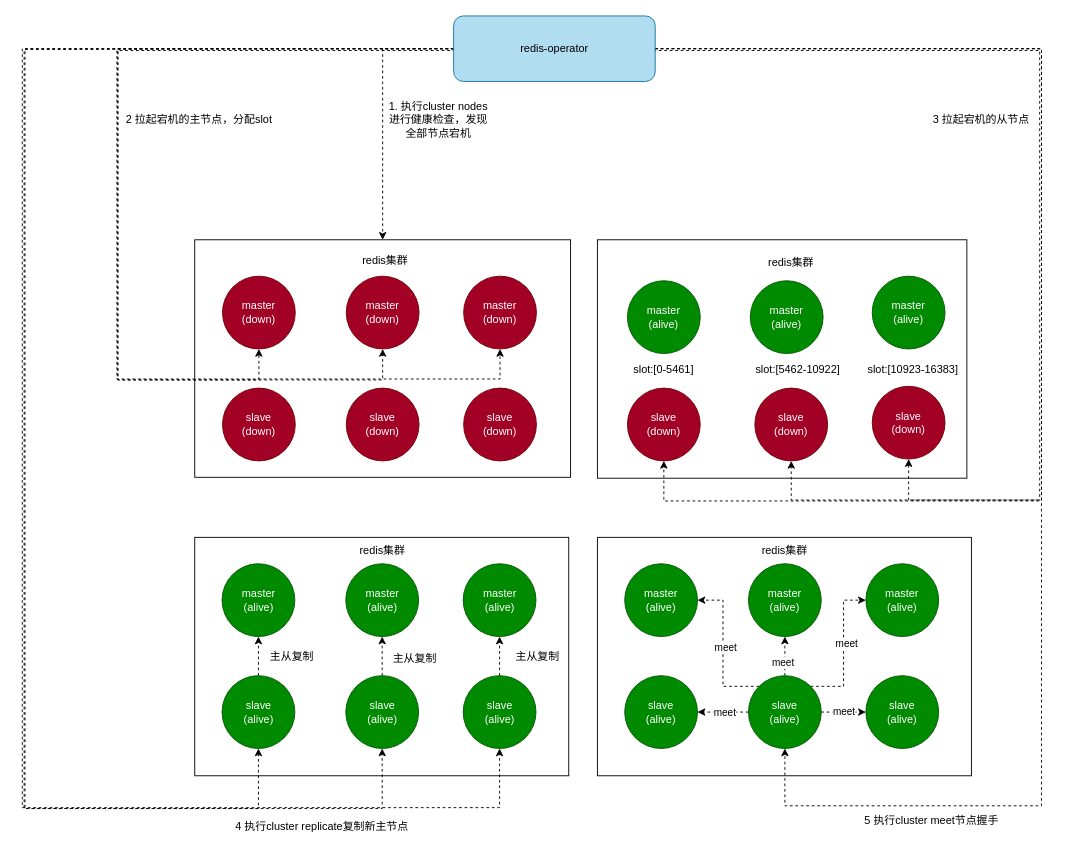
fengyinqiao/cloudimg keeps this draw.io diagram as diagrams/redis集群全部节点宕机.drawio. Above is the earlier version. Source tidied: cells renumbered, new cells numbered last; positions are measured from the earlier drawing's top-left corner, leaving out a move shared by most shapes. Both pictures are drawn from the tidied source at 91%, with x=0, y=0 at pixel (22, 15).
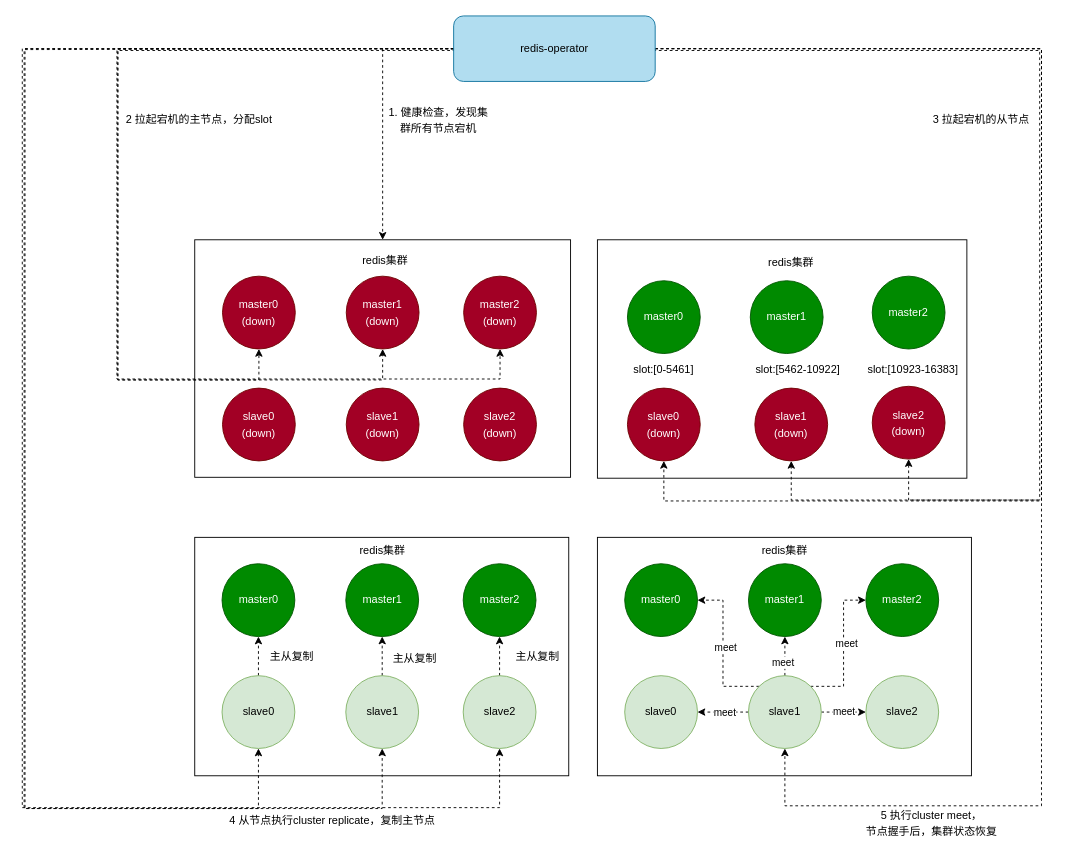
Above is the later version.

Commit message:
更新redis集群全部节点宕机.drawio

Change to the diagram source:
```diff
@@
-    <mxCell id="5" value="master&lt;br&gt;(down)" style="ellipse;whiteSpace=wrap;html=1;fillColor=#a20025;fontColor=#ffffff;strokeColor=#6F0000;" parent="1" vertex="1">
+    <mxCell id="5" value="&lt;p style=&quot;line-height: 150%;&quot;&gt;master0&lt;br&gt;(down)&lt;/p&gt;" style="ellipse;whiteSpace=wrap;html=1;fillColor=#a20025;fontColor=#ffffff;strokeColor=#6F0000;" parent="1" vertex="1">
       <mxGeometry x="220" y="286" width="80" height="80" as="geometry" />
     </mxCell>
-    <mxCell id="6" value="slave&lt;br&gt;(down)" style="ellipse;whiteSpace=wrap;html=1;fillColor=#a20025;fontColor=#ffffff;strokeColor=#6F0000;" parent="1" vertex="1">
+    <mxCell id="6" value="&lt;p style=&quot;line-height: 150%;&quot;&gt;slave0&lt;br&gt;(down)&lt;/p&gt;" style="ellipse;whiteSpace=wrap;html=1;fillColor=#a20025;fontColor=#ffffff;strokeColor=#6F0000;" parent="1" vertex="1">
       <mxGeometry x="220" y="409" width="80" height="80" as="geometry" />
     </mxCell>
-    <mxCell id="7" value="master&lt;br&gt;(down)" style="ellipse;whiteSpace=wrap;html=1;fillColor=#a20025;fontColor=#ffffff;strokeColor=#6F0000;" parent="1" vertex="1">
+    <mxCell id="7" value="&lt;p style=&quot;line-height: 150%;&quot;&gt;master1&lt;br&gt;(down)&lt;/p&gt;" style="ellipse;whiteSpace=wrap;html=1;fillColor=#a20025;fontColor=#ffffff;strokeColor=#6F0000;" parent="1" vertex="1">
       <mxGeometry x="356" y="286" width="80" height="80" as="geometry" />
     </mxCell>
-    <mxCell id="8" value="slave&lt;br&gt;(down)" style="ellipse;whiteSpace=wrap;html=1;fillColor=#a20025;fontColor=#ffffff;strokeColor=#6F0000;" parent="1" vertex="1">
+    <mxCell id="8" value="&lt;p style=&quot;line-height: 150%;&quot;&gt;slave1&lt;br&gt;(down)&lt;/p&gt;" style="ellipse;whiteSpace=wrap;html=1;fillColor=#a20025;fontColor=#ffffff;strokeColor=#6F0000;" parent="1" vertex="1">
       <mxGeometry x="356" y="409" width="80" height="80" as="geometry" />
     </mxCell>
-    <mxCell id="9" value="master&lt;br&gt;(down)" style="ellipse;whiteSpace=wrap;html=1;fillColor=#a20025;fontColor=#ffffff;strokeColor=#6F0000;" parent="1" vertex="1">
+    <mxCell id="9" value="&lt;p style=&quot;line-height: 150%;&quot;&gt;master2&lt;br&gt;(down)&lt;/p&gt;" style="ellipse;whiteSpace=wrap;html=1;fillColor=#a20025;fontColor=#ffffff;strokeColor=#6F0000;" parent="1" vertex="1">
       <mxGeometry x="485" y="286" width="80" height="80" as="geometry" />
     </mxCell>
-    <mxCell id="10" value="slave&lt;br&gt;(down)" style="ellipse;whiteSpace=wrap;html=1;fillColor=#a20025;fontColor=#ffffff;strokeColor=#6F0000;" parent="1" vertex="1">
+    <mxCell id="10" value="&lt;p style=&quot;line-height: 150%;&quot;&gt;slave2&lt;br&gt;(down)&lt;/p&gt;" style="ellipse;whiteSpace=wrap;html=1;fillColor=#a20025;fontColor=#ffffff;strokeColor=#6F0000;" parent="1" vertex="1">
       <mxGeometry x="485" y="409" width="80" height="80" as="geometry" />
     </mxCell>
@@
-    <mxCell id="12" value="1. 执行cluster nodes进行健康检查，发现全部节点宕机" style="text;html=1;strokeColor=none;fillColor=none;align=center;verticalAlign=middle;whiteSpace=wrap;rounded=0;" parent="1" vertex="1">
+    <mxCell id="12" value="&lt;p style=&quot;line-height: 150%;&quot;&gt;1. 健康检查，发现集群所有节点宕机&lt;/p&gt;" style="text;html=1;strokeColor=none;fillColor=none;align=center;verticalAlign=middle;whiteSpace=wrap;rounded=0;" parent="1" vertex="1">
       <mxGeometry x="397" y="99" width="121" height="30" as="geometry" />
     </mxCell>
@@
-    <mxCell id="14" value="master&lt;br&gt;(alive)" style="ellipse;whiteSpace=wrap;html=1;fillColor=#008a00;fontColor=#ffffff;strokeColor=#005700;" parent="1" vertex="1">
+    <mxCell id="14" value="master2" style="ellipse;whiteSpace=wrap;html=1;fillColor=#008a00;fontColor=#ffffff;strokeColor=#005700;" parent="1" vertex="1">
       <mxGeometry x="934" y="286" width="80" height="80" as="geometry" />
     </mxCell>
-    <mxCell id="15" value="master&lt;br&gt;(alive)" style="ellipse;whiteSpace=wrap;html=1;fillColor=#008a00;fontColor=#ffffff;strokeColor=#005700;" parent="1" vertex="1">
+    <mxCell id="15" value="master0" style="ellipse;whiteSpace=wrap;html=1;fillColor=#008a00;fontColor=#ffffff;strokeColor=#005700;" parent="1" vertex="1">
       <mxGeometry x="219.5" y="602" width="80" height="80" as="geometry" />
     </mxCell>
@@
-    <mxCell id="17" value="slave&lt;br&gt;(alive)" style="ellipse;whiteSpace=wrap;html=1;fillColor=#008a00;fontColor=#ffffff;strokeColor=#005700;" parent="1" vertex="1">
+    <mxCell id="17" value="slave0" style="ellipse;whiteSpace=wrap;html=1;fillColor=#d5e8d4;strokeColor=#82b366;" parent="1" vertex="1">
       <mxGeometry x="219.5" y="725" width="80" height="80" as="geometry" />
     </mxCell>
-    <mxCell id="18" value="master&lt;br&gt;(alive)" style="ellipse;whiteSpace=wrap;html=1;fillColor=#008a00;fontColor=#ffffff;strokeColor=#005700;" parent="1" vertex="1">
+    <mxCell id="18" value="master1" style="ellipse;whiteSpace=wrap;html=1;fillColor=#008a00;fontColor=#ffffff;strokeColor=#005700;" parent="1" vertex="1">
       <mxGeometry x="355.5" y="602" width="80" height="80" as="geometry" />
     </mxCell>
@@
-    <mxCell id="20" value="slave&lt;br&gt;(alive)" style="ellipse;whiteSpace=wrap;html=1;fillColor=#008a00;fontColor=#ffffff;strokeColor=#005700;" parent="1" vertex="1">
+    <mxCell id="20" value="slave1" style="ellipse;whiteSpace=wrap;html=1;fillColor=#d5e8d4;strokeColor=#82b366;" parent="1" vertex="1">
       <mxGeometry x="355.5" y="725" width="80" height="80" as="geometry" />
     </mxCell>
-    <mxCell id="21" value="master&lt;br&gt;(alive)" style="ellipse;whiteSpace=wrap;html=1;fillColor=#008a00;fontColor=#ffffff;strokeColor=#005700;" parent="1" vertex="1">
+    <mxCell id="21" value="master2" style="ellipse;whiteSpace=wrap;html=1;fillColor=#008a00;fontColor=#ffffff;strokeColor=#005700;" parent="1" vertex="1">
       <mxGeometry x="484.5" y="602" width="80" height="80" as="geometry" />
     </mxCell>
@@
-    <mxCell id="23" value="slave&lt;br&gt;(alive)" style="ellipse;whiteSpace=wrap;html=1;fillColor=#008a00;fontColor=#ffffff;strokeColor=#005700;" parent="1" vertex="1">
+    <mxCell id="23" value="slave2" style="ellipse;whiteSpace=wrap;html=1;fillColor=#d5e8d4;strokeColor=#82b366;" parent="1" vertex="1">
       <mxGeometry x="484.5" y="725" width="80" height="80" as="geometry" />
     </mxCell>
-    <mxCell id="24" value="4 执行cluster replicate复制新主节点" style="text;html=1;strokeColor=none;fillColor=none;align=center;verticalAlign=middle;whiteSpace=wrap;rounded=0;" parent="1" vertex="1">
-      <mxGeometry x="223" y="876" width="213" height="30" as="geometry" />
+    <mxCell id="24" value="4 从节点执行cluster replicate，复制主节点" style="text;html=1;strokeColor=none;fillColor=none;align=center;verticalAlign=middle;whiteSpace=wrap;rounded=0;" parent="1" vertex="1">
+      <mxGeometry x="223" y="869" width="236" height="30" as="geometry" />
     </mxCell>
@@
-    <mxCell id="27" value="5 执行cluster meet节点握手" style="text;html=1;strokeColor=none;fillColor=none;align=center;verticalAlign=middle;whiteSpace=wrap;rounded=0;" parent="1" vertex="1">
-      <mxGeometry x="893" y="870" width="213" height="30" as="geometry" />
+    <mxCell id="27" value="&lt;p style=&quot;line-height: 150%;&quot;&gt;5 执行cluster meet，&lt;br&gt;节点握手后，集群状态恢复&lt;/p&gt;" style="text;html=1;strokeColor=none;fillColor=none;align=center;verticalAlign=middle;whiteSpace=wrap;rounded=0;" parent="1" vertex="1">
+      <mxGeometry x="893" y="872" width="213" height="30" as="geometry" />
     </mxCell>
@@
-    <mxCell id="43" value="master&lt;br&gt;(alive)" style="ellipse;whiteSpace=wrap;html=1;fillColor=#008a00;fontColor=#ffffff;strokeColor=#005700;" parent="1" vertex="1">
+    <mxCell id="43" value="master1" style="ellipse;whiteSpace=wrap;html=1;fillColor=#008a00;fontColor=#ffffff;strokeColor=#005700;" parent="1" vertex="1">
       <mxGeometry x="800" y="291" width="80" height="80" as="geometry" />
     </mxCell>
-    <mxCell id="44" value="master&lt;br&gt;(alive)" style="ellipse;whiteSpace=wrap;html=1;fillColor=#008a00;fontColor=#ffffff;strokeColor=#005700;" parent="1" vertex="1">
+    <mxCell id="44" value="master0" style="ellipse;whiteSpace=wrap;html=1;fillColor=#008a00;fontColor=#ffffff;strokeColor=#005700;" parent="1" vertex="1">
       <mxGeometry x="665" y="291" width="80" height="80" as="geometry" />
     </mxCell>
@@
-    <mxCell id="48" value="slave&lt;br&gt;(down)" style="ellipse;whiteSpace=wrap;html=1;fillColor=#a20025;fontColor=#ffffff;strokeColor=#6F0000;" parent="1" vertex="1">
+    <mxCell id="48" value="&lt;p style=&quot;line-height: 150%;&quot;&gt;slave0&lt;br&gt;(down)&lt;/p&gt;" style="ellipse;whiteSpace=wrap;html=1;fillColor=#a20025;fontColor=#ffffff;strokeColor=#6F0000;" parent="1" vertex="1">
       <mxGeometry x="665" y="409" width="80" height="80" as="geometry" />
     </mxCell>
-    <mxCell id="49" value="slave&lt;br&gt;(down)" style="ellipse;whiteSpace=wrap;html=1;fillColor=#a20025;fontColor=#ffffff;strokeColor=#6F0000;" parent="1" vertex="1">
+    <mxCell id="49" value="&lt;p style=&quot;line-height: 150%;&quot;&gt;slave1&lt;br&gt;(down)&lt;/p&gt;" style="ellipse;whiteSpace=wrap;html=1;fillColor=#a20025;fontColor=#ffffff;strokeColor=#6F0000;" parent="1" vertex="1">
       <mxGeometry x="805" y="409" width="80" height="80" as="geometry" />
     </mxCell>
-    <mxCell id="50" value="slave&lt;br&gt;(down)" style="ellipse;whiteSpace=wrap;html=1;fillColor=#a20025;fontColor=#ffffff;strokeColor=#6F0000;" parent="1" vertex="1">
+    <mxCell id="50" value="&lt;p style=&quot;line-height: 150%;&quot;&gt;slave2&lt;br&gt;(down)&lt;/p&gt;" style="ellipse;whiteSpace=wrap;html=1;fillColor=#a20025;fontColor=#ffffff;strokeColor=#6F0000;" parent="1" vertex="1">
       <mxGeometry x="934" y="407" width="80" height="80" as="geometry" />
     </mxCell>
@@
-    <mxCell id="53" value="master&lt;br&gt;(alive)" style="ellipse;whiteSpace=wrap;html=1;fillColor=#008a00;fontColor=#ffffff;strokeColor=#005700;" parent="1" vertex="1">
+    <mxCell id="53" value="master0" style="ellipse;whiteSpace=wrap;html=1;fillColor=#008a00;fontColor=#ffffff;strokeColor=#005700;" parent="1" vertex="1">
       <mxGeometry x="662" y="602" width="80" height="80" as="geometry" />
     </mxCell>
-    <mxCell id="54" value="slave&lt;br&gt;(alive)" style="ellipse;whiteSpace=wrap;html=1;fillColor=#008a00;fontColor=#ffffff;strokeColor=#005700;" parent="1" vertex="1">
+    <mxCell id="54" value="slave0" style="ellipse;whiteSpace=wrap;html=1;fillColor=#d5e8d4;strokeColor=#82b366;" parent="1" vertex="1">
       <mxGeometry x="662" y="725" width="80" height="80" as="geometry" />
     </mxCell>
-    <mxCell id="55" value="master&lt;br&gt;(alive)" style="ellipse;whiteSpace=wrap;html=1;fillColor=#008a00;fontColor=#ffffff;strokeColor=#005700;" parent="1" vertex="1">
+    <mxCell id="55" value="master1" style="ellipse;whiteSpace=wrap;html=1;fillColor=#008a00;fontColor=#ffffff;strokeColor=#005700;" parent="1" vertex="1">
       <mxGeometry x="798" y="602" width="80" height="80" as="geometry" />
     </mxCell>
@@
-    <mxCell id="65" value="slave&lt;br&gt;(alive)" style="ellipse;whiteSpace=wrap;html=1;fillColor=#008a00;fontColor=#ffffff;strokeColor=#005700;" parent="1" vertex="1">
+    <mxCell id="65" value="slave1" style="ellipse;whiteSpace=wrap;html=1;fillColor=#d5e8d4;strokeColor=#82b366;" parent="1" vertex="1">
       <mxGeometry x="798" y="725" width="80" height="80" as="geometry" />
     </mxCell>
-    <mxCell id="66" value="master&lt;br&gt;(alive)" style="ellipse;whiteSpace=wrap;html=1;fillColor=#008a00;fontColor=#ffffff;strokeColor=#005700;" parent="1" vertex="1">
+    <mxCell id="66" value="master2" style="ellipse;whiteSpace=wrap;html=1;fillColor=#008a00;fontColor=#ffffff;strokeColor=#005700;" parent="1" vertex="1">
       <mxGeometry x="927" y="602" width="80" height="80" as="geometry" />
     </mxCell>
-    <mxCell id="67" value="slave&lt;br&gt;(alive)" style="ellipse;whiteSpace=wrap;html=1;fillColor=#008a00;fontColor=#ffffff;strokeColor=#005700;" parent="1" vertex="1">
+    <mxCell id="67" value="slave2" style="ellipse;whiteSpace=wrap;html=1;fillColor=#d5e8d4;strokeColor=#82b366;" parent="1" vertex="1">
       <mxGeometry x="927" y="725" width="80" height="80" as="geometry" />
     </mxCell>
```
